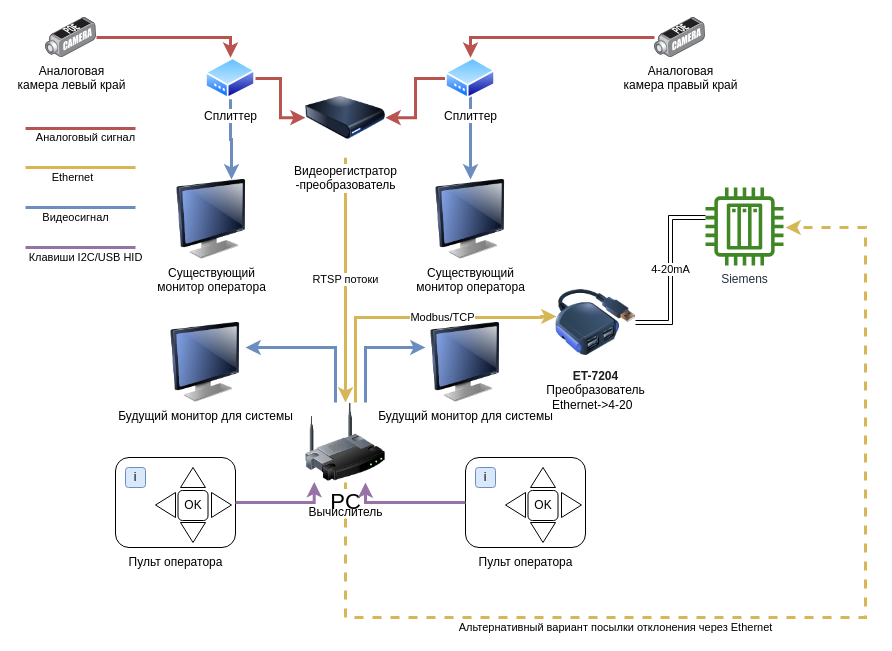
The draw.io diagram page "Architercture" (1 of 2) of CV edge.drawio in megavad/Diagrams, before the edit. Source tidied: cells renumbered, new cells numbered last; positions are measured from the earlier drawing's top-left corner, leaving out a move shared by most shapes. Both pictures are drawn from the tidied source at 100%, with x=0, y=0 at pixel (25, 17).
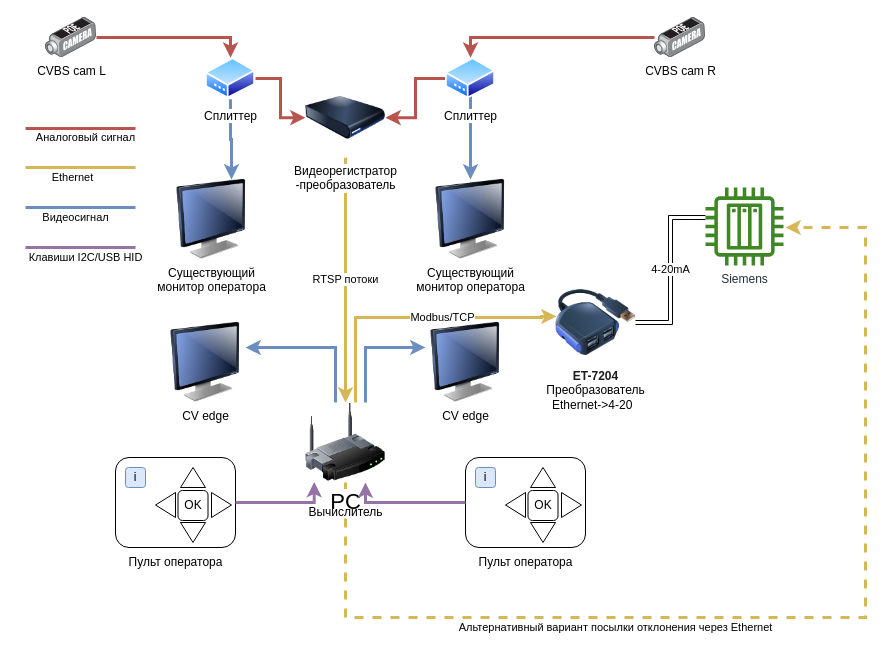
After the change.

Unchanged cells that the change refers to:
```xml
<mxCell id="31" value="Существующий&lt;br&gt;монитор оператора" style="image;html=1;image=img/lib/clip_art/computers/Monitor_128x128.png;" parent="1" vertex="1">
  <mxGeometry x="146" y="162" width="80" height="80" as="geometry" />
</mxCell>
<mxCell id="35" value="Сплиттер" style="perimeter=ellipsePerimeter;html=1;align=center;shadow=0;dashed=0;spacingTop=3;image;image=img/lib/active_directory/modem.svg;" parent="1" vertex="1">
  <mxGeometry x="180" y="40.2" width="50" height="41.5" as="geometry" />
</mxCell>
```

What changed in the source:
```diff
@@
-    <mxCell id="8" value="Аналоговая&lt;br&gt;камера левый край" style="points=[];html=1;align=center;shadow=0;dashed=0;image;image=img/lib/allied_telesis/security/POE_DVS_Camera.svg;" parent="1" vertex="1">
+    <mxCell id="8" value="CVBS cam L" style="points=[];html=1;align=center;shadow=0;dashed=0;image;image=img/lib/allied_telesis/security/POE_DVS_Camera.svg;" parent="1" vertex="1">
       <mxGeometry x="20" width="51" height="40.2" as="geometry" />
     </mxCell>
@@
-    <mxCell id="10" value="&lt;span style=&quot;color: rgb(0, 0, 0); font-family: Helvetica; font-size: 12px; font-style: normal; font-variant-ligatures: normal; font-variant-caps: normal; font-weight: 400; letter-spacing: normal; orphans: 2; text-align: center; text-indent: 0px; text-transform: none; widows: 2; word-spacing: 0px; -webkit-text-stroke-width: 0px; background-color: rgb(255, 255, 255); text-decoration-thickness: initial; text-decoration-style: initial; text-decoration-color: initial; float: none; display: inline !important;&quot;&gt;Аналоговая&lt;/span&gt;&lt;br style=&quot;border-color: var(--border-color); color: rgb(0, 0, 0); font-family: Helvetica; font-size: 12px; font-style: normal; font-variant-ligatures: normal; font-variant-caps: normal; font-weight: 400; letter-spacing: normal; orphans: 2; text-align: center; text-indent: 0px; text-transform: none; widows: 2; word-spacing: 0px; -webkit-text-stroke-width: 0px; text-decoration-thickness: initial; text-decoration-style: initial; text-decoration-color: initial;&quot;&gt;&lt;span style=&quot;color: rgb(0, 0, 0); font-family: Helvetica; font-size: 12px; font-style: normal; font-variant-ligatures: normal; font-variant-caps: normal; font-weight: 400; letter-spacing: normal; orphans: 2; text-align: center; text-indent: 0px; text-transform: none; widows: 2; word-spacing: 0px; -webkit-text-stroke-width: 0px; background-color: rgb(255, 255, 255); text-decoration-thickness: initial; text-decoration-style: initial; text-decoration-color: initial; float: none; display: inline !important;&quot;&gt;камера правый край&lt;/span&gt;" style="points=[];html=1;align=center;shadow=0;dashed=0;image;image=img/lib/allied_telesis/security/POE_DVS_Camera.svg;" parent="1" vertex="1">
+    <mxCell id="10" value="&lt;div style=&quot;orphans: 2; widows: 2;&quot;&gt;CVBS cam R&lt;/div&gt;" style="points=[];html=1;align=center;shadow=0;dashed=0;image;image=img/lib/allied_telesis/security/POE_DVS_Camera.svg;" parent="1" vertex="1">
       <mxGeometry x="629" width="51" height="40.2" as="geometry" />
     </mxCell>
@@
-    <mxCell id="17" value="Будущий монитор для системы" style="image;html=1;image=img/lib/clip_art/computers/Monitor_128x128.png;" parent="1" vertex="1">
+    <mxCell id="17" value="CV edge" style="image;html=1;image=img/lib/clip_art/computers/Monitor_128x128.png;" parent="1" vertex="1">
       <mxGeometry x="140" y="305" width="80" height="80" as="geometry" />
     </mxCell>
-    <mxCell id="18" value="Будущий монитор для системы" style="image;html=1;image=img/lib/clip_art/computers/Monitor_128x128.png;" parent="1" vertex="1">
+    <mxCell id="18" value="CV edge" style="image;html=1;image=img/lib/clip_art/computers/Monitor_128x128.png;" parent="1" vertex="1">
       <mxGeometry x="400" y="305" width="80" height="80" as="geometry" />
     </mxCell>
@@
     <mxCell id="34" style="edgeStyle=orthogonalEdgeStyle;rounded=0;jettySize=auto;html=1;entryX=0.75;entryY=0;entryDx=0;entryDy=0;strokeWidth=3;fillColor=#dae8fc;strokeColor=#6c8ebf;" parent="1" edge="1" source="35" target="31">
-      <mxGeometry relative="1" as="geometry" />
+      <mxGeometry relative="1" as="geometry">
+        <Array as="points">
+          <mxPoint x="205" y="122" />
+          <mxPoint x="206" y="122" />
+        </Array>
+      </mxGeometry>
     </mxCell>
```
